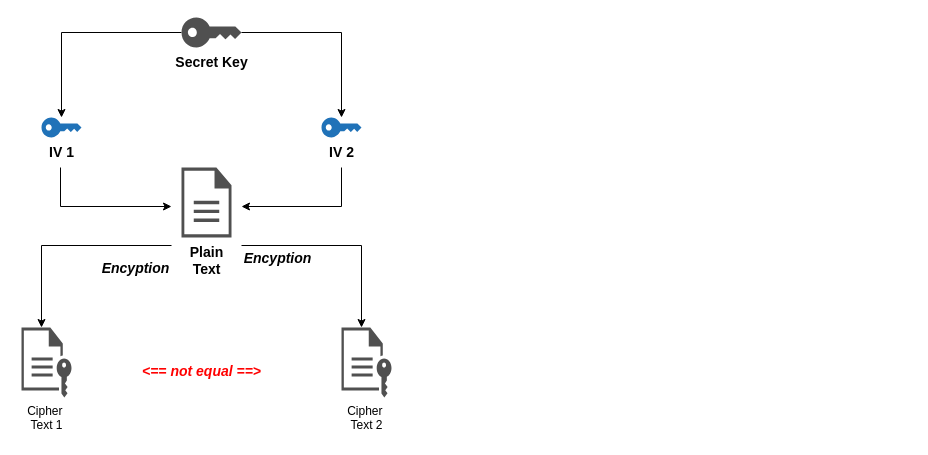
The draw.io diagram AES En/Decryption Diagram.drawio in mujianlo/hrpt_drawio, before the edit. Source tidied: cells renumbered, new cells numbered last; positions are measured from the earlier drawing's top-left corner, leaving out a move shared by most shapes. Both pictures are drawn from the tidied source at 100%, with x=0, y=0 at pixel (21, 17).
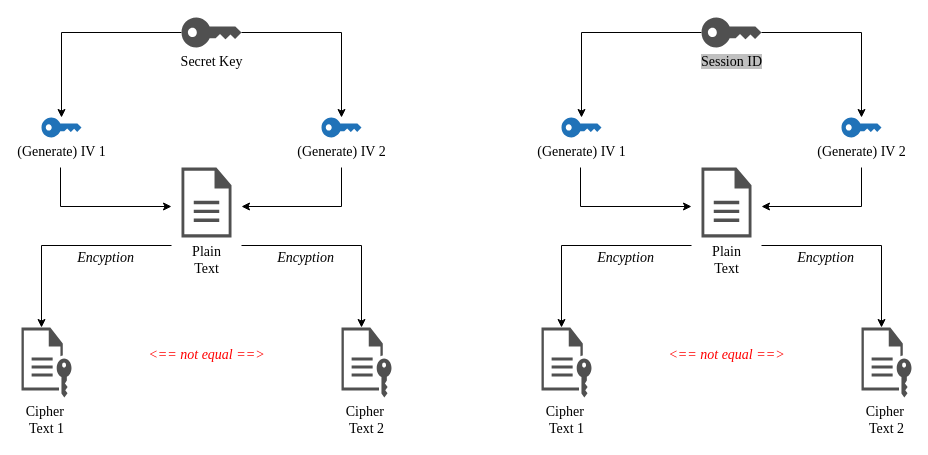
After the change.

The edit, as a diff of the source:
```diff
@@
-    <mxCell id="2" style="edgeStyle=elbowEdgeStyle;rounded=0;orthogonalLoop=1;jettySize=auto;html=1;" parent="1" edge="1">
+    <mxCell id="2" style="edgeStyle=elbowEdgeStyle;rounded=0;orthogonalLoop=1;jettySize=auto;html=1;fontFamily=Times New Roman;fontStyle=0;fontSize=14;" parent="1" edge="1">
       <mxGeometry relative="1" as="geometry">
         <mxPoint x="39" y="150" as="sourcePoint" />
         <mxPoint x="150" y="189" as="targetPoint" />
         <Array as="points">
           <mxPoint x="39" y="170" />
         </Array>
       </mxGeometry>
     </mxCell>
-    <mxCell id="3" value="IV 1" style="sketch=0;shadow=0;dashed=0;html=1;strokeColor=none;labelPosition=center;verticalLabelPosition=bottom;verticalAlign=top;outlineConnect=0;align=center;shape=mxgraph.office.security.key_permissions;fillColor=#2072B8;direction=south;flipH=1;fontStyle=1;fontSize=14;" parent="1" vertex="1">
+    <mxCell id="3" value="(Generate) IV 1" style="sketch=0;shadow=0;dashed=0;html=1;strokeColor=none;labelPosition=center;verticalLabelPosition=bottom;verticalAlign=top;outlineConnect=0;align=center;shape=mxgraph.office.security.key_permissions;fillColor=#2072B8;direction=south;flipH=1;fontStyle=0;fontSize=14;fontFamily=Times New Roman;" parent="1" vertex="1">
       <mxGeometry x="20" y="100" width="40" height="20" as="geometry" />
     </mxCell>
-    <mxCell id="4" style="rounded=0;jettySize=auto;html=1;fontSize=14;edgeStyle=orthogonalEdgeStyle;" parent="1" edge="1" source="5" target="3">
+    <mxCell id="4" style="rounded=0;jettySize=auto;html=1;fontSize=14;edgeStyle=orthogonalEdgeStyle;fontFamily=Times New Roman;fontStyle=0;" parent="1" edge="1" source="5" target="3">
       <mxGeometry relative="1" as="geometry" />
     </mxCell>
-    <mxCell id="5" value="Secret Key" style="sketch=0;shadow=0;dashed=0;html=1;strokeColor=none;fillColor=#505050;labelPosition=center;verticalLabelPosition=bottom;verticalAlign=middle;outlineConnect=0;align=center;shape=mxgraph.office.security.key_permissions;flipH=1;flipV=0;direction=south;fontStyle=1;fontSize=14;horizontal=1;" parent="1" vertex="1">
+    <mxCell id="5" value="Secret Key" style="sketch=0;shadow=0;dashed=0;html=1;strokeColor=none;fillColor=#505050;labelPosition=center;verticalLabelPosition=bottom;verticalAlign=middle;outlineConnect=0;align=center;shape=mxgraph.office.security.key_permissions;flipH=1;flipV=0;direction=south;fontStyle=0;fontSize=14;horizontal=1;fontFamily=Times New Roman;" parent="1" vertex="1">
       <mxGeometry x="160" width="60" height="30" as="geometry" />
     </mxCell>
-    <mxCell id="6" style="edgeStyle=orthogonalEdgeStyle;rounded=0;jettySize=auto;html=1;" parent="1" edge="1" target="11">
+    <mxCell id="6" style="edgeStyle=orthogonalEdgeStyle;rounded=0;jettySize=auto;html=1;fontFamily=Times New Roman;fontStyle=0;fontSize=14;" parent="1" edge="1" target="11">
       <mxGeometry relative="1" as="geometry">
         <mxPoint x="150" y="228" as="sourcePoint" />
         <Array as="points">
           <mxPoint x="20" y="228" />
         </Array>
       </mxGeometry>
     </mxCell>
-    <mxCell id="7" value="Plain&lt;br&gt;Text" style="sketch=0;shadow=0;dashed=0;html=1;strokeColor=none;fillColor=#505050;labelPosition=center;verticalLabelPosition=bottom;verticalAlign=top;align=center;shape=mxgraph.office.concepts.document;fontSize=14;fontStyle=1;" parent="1" vertex="1">
+    <mxCell id="7" value="Plain&lt;br style=&quot;font-size: 14px;&quot;&gt;Text" style="sketch=0;shadow=0;dashed=0;html=1;strokeColor=none;fillColor=#505050;labelPosition=center;verticalLabelPosition=bottom;verticalAlign=top;align=center;shape=mxgraph.office.concepts.document;fontSize=14;fontStyle=0;fontFamily=Times New Roman;" parent="1" vertex="1">
       <mxGeometry x="160" y="150" width="50" height="70" as="geometry" />
     </mxCell>
-    <mxCell id="8" value="IV 2" style="sketch=0;shadow=0;dashed=0;html=1;strokeColor=none;labelPosition=center;verticalLabelPosition=bottom;verticalAlign=top;outlineConnect=0;align=center;shape=mxgraph.office.security.key_permissions;fillColor=#2072B8;direction=south;flipH=1;fontStyle=1;fontSize=14;" parent="1" vertex="1">
+    <mxCell id="8" value="(Generate) IV 2" style="sketch=0;shadow=0;dashed=0;html=1;strokeColor=none;labelPosition=center;verticalLabelPosition=bottom;verticalAlign=top;outlineConnect=0;align=center;shape=mxgraph.office.security.key_permissions;fillColor=#2072B8;direction=south;flipH=1;fontStyle=0;fontSize=14;fontFamily=Times New Roman;" parent="1" vertex="1">
       <mxGeometry x="300" y="100" width="40" height="20" as="geometry" />
     </mxCell>
-    <mxCell id="9" style="rounded=0;jettySize=auto;html=1;fontSize=14;edgeStyle=orthogonalEdgeStyle;" parent="1" edge="1" source="5" target="8">
+    <mxCell id="9" style="rounded=0;jettySize=auto;html=1;fontSize=14;edgeStyle=orthogonalEdgeStyle;fontFamily=Times New Roman;fontStyle=0;" parent="1" edge="1" source="5" target="8">
       <mxGeometry relative="1" as="geometry" />
     </mxCell>
-    <mxCell id="10" value="Encyption" style="text;strokeColor=none;fillColor=none;html=1;fontSize=14;fontStyle=3;verticalAlign=middle;align=center;" parent="1" vertex="1">
-      <mxGeometry x="202.5" y="228" width="107.5" height="25" as="geometry" />
+    <mxCell id="10" value="Encyption" style="text;strokeColor=none;fillColor=none;html=1;fontSize=14;fontStyle=2;verticalAlign=middle;align=center;fontFamily=Times New Roman;" parent="1" vertex="1">
+      <mxGeometry x="230" y="228" width="107.5" height="25" as="geometry" />
     </mxCell>
-    <mxCell id="11" value="&lt;div&gt;Cipher&amp;nbsp;&lt;/div&gt;&lt;div&gt;Text 1&lt;br&gt;&lt;/div&gt;" style="sketch=0;shadow=0;dashed=0;html=1;strokeColor=none;fillColor=#505050;labelPosition=center;verticalLabelPosition=bottom;verticalAlign=top;outlineConnect=0;align=center;shape=mxgraph.office.concepts.file_key;" parent="1" vertex="1">
+    <mxCell id="11" value="&lt;div style=&quot;font-size: 14px;&quot;&gt;Cipher&amp;nbsp;&lt;/div&gt;&lt;div style=&quot;font-size: 14px;&quot;&gt;Text 1&lt;br style=&quot;font-size: 14px;&quot;&gt;&lt;/div&gt;" style="sketch=0;shadow=0;dashed=0;html=1;strokeColor=none;fillColor=#505050;labelPosition=center;verticalLabelPosition=bottom;verticalAlign=top;outlineConnect=0;align=center;shape=mxgraph.office.concepts.file_key;fontFamily=Times New Roman;fontStyle=0;fontSize=14;" parent="1" vertex="1">
       <mxGeometry y="310" width="50" height="70" as="geometry" />
     </mxCell>
-    <mxCell id="12" value="&lt;div&gt;Cipher&amp;nbsp;&lt;/div&gt;&lt;div&gt;Text 2&lt;/div&gt;" style="sketch=0;shadow=0;dashed=0;html=1;strokeColor=none;fillColor=#505050;labelPosition=center;verticalLabelPosition=bottom;verticalAlign=top;outlineConnect=0;align=center;shape=mxgraph.office.concepts.file_key;" parent="1" vertex="1">
+    <mxCell id="12" value="&lt;div style=&quot;font-size: 14px;&quot;&gt;Cipher&amp;nbsp;&lt;/div&gt;&lt;div style=&quot;font-size: 14px;&quot;&gt;Text 2&lt;/div&gt;" style="sketch=0;shadow=0;dashed=0;html=1;strokeColor=none;fillColor=#505050;labelPosition=center;verticalLabelPosition=bottom;verticalAlign=top;outlineConnect=0;align=center;shape=mxgraph.office.concepts.file_key;fontFamily=Times New Roman;fontStyle=0;fontSize=14;" parent="1" vertex="1">
       <mxGeometry x="320" y="310" width="50" height="70" as="geometry" />
     </mxCell>
-    <mxCell id="13" style="edgeStyle=elbowEdgeStyle;rounded=0;orthogonalLoop=1;jettySize=auto;html=1;" parent="1" edge="1">
+    <mxCell id="13" style="edgeStyle=elbowEdgeStyle;rounded=0;orthogonalLoop=1;jettySize=auto;html=1;fontFamily=Times New Roman;fontStyle=0;fontSize=14;" parent="1" edge="1">
       <mxGeometry relative="1" as="geometry">
         <mxPoint x="320" y="150" as="sourcePoint" />
         <mxPoint x="220" y="189" as="targetPoint" />
         <Array as="points">
           <mxPoint x="320" y="160" />
         </Array>
       </mxGeometry>
     </mxCell>
-    <mxCell id="14" style="edgeStyle=orthogonalEdgeStyle;rounded=0;jettySize=auto;html=1;" parent="1" edge="1" target="12">
+    <mxCell id="14" style="edgeStyle=orthogonalEdgeStyle;rounded=0;jettySize=auto;html=1;fontFamily=Times New Roman;fontStyle=0;fontSize=14;" parent="1" edge="1" target="12">
       <mxGeometry relative="1" as="geometry">
         <mxPoint x="220" y="228" as="sourcePoint" />
         <Array as="points">
           <mxPoint x="340" y="228" />
         </Array>
       </mxGeometry>
     </mxCell>
-    <mxCell id="15" value="&amp;lt;== not equal ==&amp;gt;" style="text;strokeColor=none;fillColor=none;html=1;fontSize=14;fontStyle=3;verticalAlign=middle;align=center;fontColor=#FF0000;" parent="1" vertex="1">
-      <mxGeometry x="100" y="340" width="160" height="27.5" as="geometry" />
+    <mxCell id="15" value="&amp;lt;== not equal ==&amp;gt;" style="text;strokeColor=none;fillColor=none;html=1;fontSize=14;fontStyle=2;verticalAlign=middle;align=center;fontColor=#FF0000;fontFamily=Times New Roman;" parent="1" vertex="1">
+      <mxGeometry x="105" y="324" width="160" height="27.5" as="geometry" />
     </mxCell>
-    <mxCell id="16" value="Encyption" style="text;strokeColor=none;fillColor=none;html=1;fontSize=14;fontStyle=3;verticalAlign=middle;align=center;" parent="1" vertex="1">
-      <mxGeometry x="60" y="238" width="107.5" height="25" as="geometry" />
+    <mxCell id="16" value="Encyption" style="text;strokeColor=none;fillColor=none;html=1;fontSize=14;fontStyle=2;verticalAlign=middle;align=center;fontFamily=Times New Roman;" parent="1" vertex="1">
+      <mxGeometry x="30" y="228" width="107.5" height="25" as="geometry" />
     </mxCell>
+    <mxCell id="17" style="edgeStyle=elbowEdgeStyle;rounded=0;orthogonalLoop=1;jettySize=auto;html=1;fontFamily=Times New Roman;fontStyle=0;fontSize=14;" parent="1" edge="1">
+      <mxGeometry relative="1" as="geometry">
+        <mxPoint x="559" y="150" as="sourcePoint" />
+        <mxPoint x="670" y="189" as="targetPoint" />
+        <Array as="points">
+          <mxPoint x="559" y="170" />
+        </Array>
+      </mxGeometry>
+    </mxCell>
+    <mxCell id="18" value="(Generate) IV 1" style="sketch=0;shadow=0;dashed=0;html=1;strokeColor=none;labelPosition=center;verticalLabelPosition=bottom;verticalAlign=top;outlineConnect=0;align=center;shape=mxgraph.office.security.key_permissions;fillColor=#2072B8;direction=south;flipH=1;fontStyle=0;fontSize=14;fontFamily=Times New Roman;" parent="1" vertex="1">
+      <mxGeometry x="540" y="100" width="40" height="20" as="geometry" />
+    </mxCell>
+    <mxCell id="19" style="rounded=0;jettySize=auto;html=1;fontSize=14;edgeStyle=orthogonalEdgeStyle;fontFamily=Times New Roman;fontStyle=0;" parent="1" edge="1" source="20" target="18">
+      <mxGeometry relative="1" as="geometry" />
+    </mxCell>
+    <mxCell id="20" value="&lt;span style=&quot;background-color: rgb(192, 192, 192);&quot;&gt;Session ID&lt;/span&gt;" style="sketch=0;shadow=0;dashed=0;html=1;strokeColor=none;fillColor=#505050;labelPosition=center;verticalLabelPosition=bottom;verticalAlign=middle;outlineConnect=0;align=center;shape=mxgraph.office.security.key_permissions;flipH=1;flipV=0;direction=south;fontStyle=0;fontSize=14;horizontal=1;fontFamily=Times New Roman;" parent="1" vertex="1">
+      <mxGeometry x="680" width="60" height="30" as="geometry" />
+    </mxCell>
+    <mxCell id="21" style="edgeStyle=orthogonalEdgeStyle;rounded=0;jettySize=auto;html=1;fontFamily=Times New Roman;fontStyle=0;fontSize=14;" parent="1" edge="1" target="26">
+      <mxGeometry relative="1" as="geometry">
+        <mxPoint x="670" y="228" as="sourcePoint" />
+        <Array as="points">
+          <mxPoint x="540" y="228" />
+        </Array>
+      </mxGeometry>
+    </mxCell>
+    <mxCell id="22" value="Plain&lt;br style=&quot;font-size: 14px;&quot;&gt;Text" style="sketch=0;shadow=0;dashed=0;html=1;strokeColor=none;fillColor=#505050;labelPosition=center;verticalLabelPosition=bottom;verticalAlign=top;align=center;shape=mxgraph.office.concepts.document;fontSize=14;fontStyle=0;fontFamily=Times New Roman;" parent="1" vertex="1">
+      <mxGeometry x="680" y="150" width="50" height="70" as="geometry" />
+    </mxCell>
+    <mxCell id="23" value="(Generate) IV 2" style="sketch=0;shadow=0;dashed=0;html=1;strokeColor=none;labelPosition=center;verticalLabelPosition=bottom;verticalAlign=top;outlineConnect=0;align=center;shape=mxgraph.office.security.key_permissions;fillColor=#2072B8;direction=south;flipH=1;fontStyle=0;fontSize=14;fontFamily=Times New Roman;" parent="1" vertex="1">
+      <mxGeometry x="820" y="100" width="40" height="20" as="geometry" />
+    </mxCell>
+    <mxCell id="24" style="rounded=0;jettySize=auto;html=1;fontSize=14;edgeStyle=orthogonalEdgeStyle;fontFamily=Times New Roman;fontStyle=0;" parent="1" edge="1" source="20" target="23">
+      <mxGeometry relative="1" as="geometry" />
+    </mxCell>
+    <mxCell id="25" value="Encyption" style="text;strokeColor=none;fillColor=none;html=1;fontSize=14;fontStyle=2;verticalAlign=middle;align=center;fontFamily=Times New Roman;" parent="1" vertex="1">
+      <mxGeometry x="750" y="228" width="107.5" height="25" as="geometry" />
+    </mxCell>
+    <mxCell id="26" value="&lt;div style=&quot;font-size: 14px;&quot;&gt;Cipher&amp;nbsp;&lt;/div&gt;&lt;div style=&quot;font-size: 14px;&quot;&gt;Text 1&lt;br style=&quot;font-size: 14px;&quot;&gt;&lt;/div&gt;" style="sketch=0;shadow=0;dashed=0;html=1;strokeColor=none;fillColor=#505050;labelPosition=center;verticalLabelPosition=bottom;verticalAlign=top;outlineConnect=0;align=center;shape=mxgraph.office.concepts.file_key;fontFamily=Times New Roman;fontStyle=0;fontSize=14;" parent="1" vertex="1">
+      <mxGeometry x="520" y="310" width="50" height="70" as="geometry" />
+    </mxCell>
+    <mxCell id="27" value="&lt;div style=&quot;font-size: 14px;&quot;&gt;Cipher&amp;nbsp;&lt;/div&gt;&lt;div style=&quot;font-size: 14px;&quot;&gt;Text 2&lt;/div&gt;" style="sketch=0;shadow=0;dashed=0;html=1;strokeColor=none;fillColor=#505050;labelPosition=center;verticalLabelPosition=bottom;verticalAlign=top;outlineConnect=0;align=center;shape=mxgraph.office.concepts.file_key;fontFamily=Times New Roman;fontStyle=0;fontSize=14;" parent="1" vertex="1">
+      <mxGeometry x="840" y="310" width="50" height="70" as="geometry" />
+    </mxCell>
+    <mxCell id="28" style="edgeStyle=elbowEdgeStyle;rounded=0;orthogonalLoop=1;jettySize=auto;html=1;fontFamily=Times New Roman;fontStyle=0;fontSize=14;" parent="1" edge="1">
+      <mxGeometry relative="1" as="geometry">
+        <mxPoint x="840" y="150" as="sourcePoint" />
+        <mxPoint x="740" y="189" as="targetPoint" />
+        <Array as="points">
+          <mxPoint x="840" y="160" />
+        </Array>
+      </mxGeometry>
+    </mxCell>
+    <mxCell id="29" style="edgeStyle=orthogonalEdgeStyle;rounded=0;jettySize=auto;html=1;fontFamily=Times New Roman;fontStyle=0;fontSize=14;" parent="1" edge="1" target="27">
+      <mxGeometry relative="1" as="geometry">
+        <mxPoint x="740" y="228" as="sourcePoint" />
+        <Array as="points">
+          <mxPoint x="860" y="228" />
+        </Array>
+      </mxGeometry>
+    </mxCell>
+    <mxCell id="30" value="&amp;lt;== not equal ==&amp;gt;" style="text;strokeColor=none;fillColor=none;html=1;fontSize=14;fontStyle=2;verticalAlign=middle;align=center;fontColor=#FF0000;fontFamily=Times New Roman;" parent="1" vertex="1">
+      <mxGeometry x="625" y="324" width="160" height="27.5" as="geometry" />
+    </mxCell>
+    <mxCell id="31" value="Encyption" style="text;strokeColor=none;fillColor=none;html=1;fontSize=14;fontStyle=2;verticalAlign=middle;align=center;fontFamily=Times New Roman;" parent="1" vertex="1">
+      <mxGeometry x="550" y="228" width="107.5" height="25" as="geometry" />
+    </mxCell>
```
